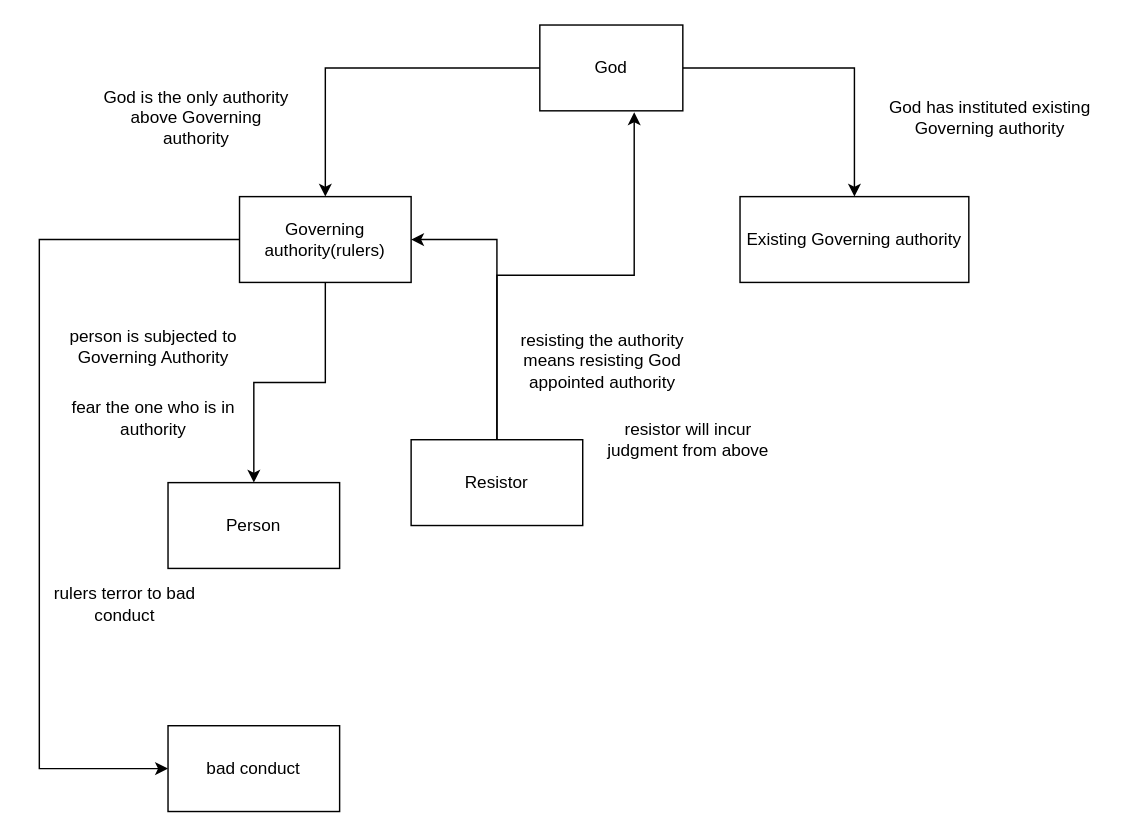
This is romans13.drawio from KaidenCoder/Bible, a draw.io file, before an edit. Source tidied: cells renumbered, new cells numbered last; positions are measured from the earlier drawing's top-left corner, leaving out a move shared by most shapes. Both pictures are drawn from the tidied source at 143%, with x=0, y=0 at pixel (24, 24).
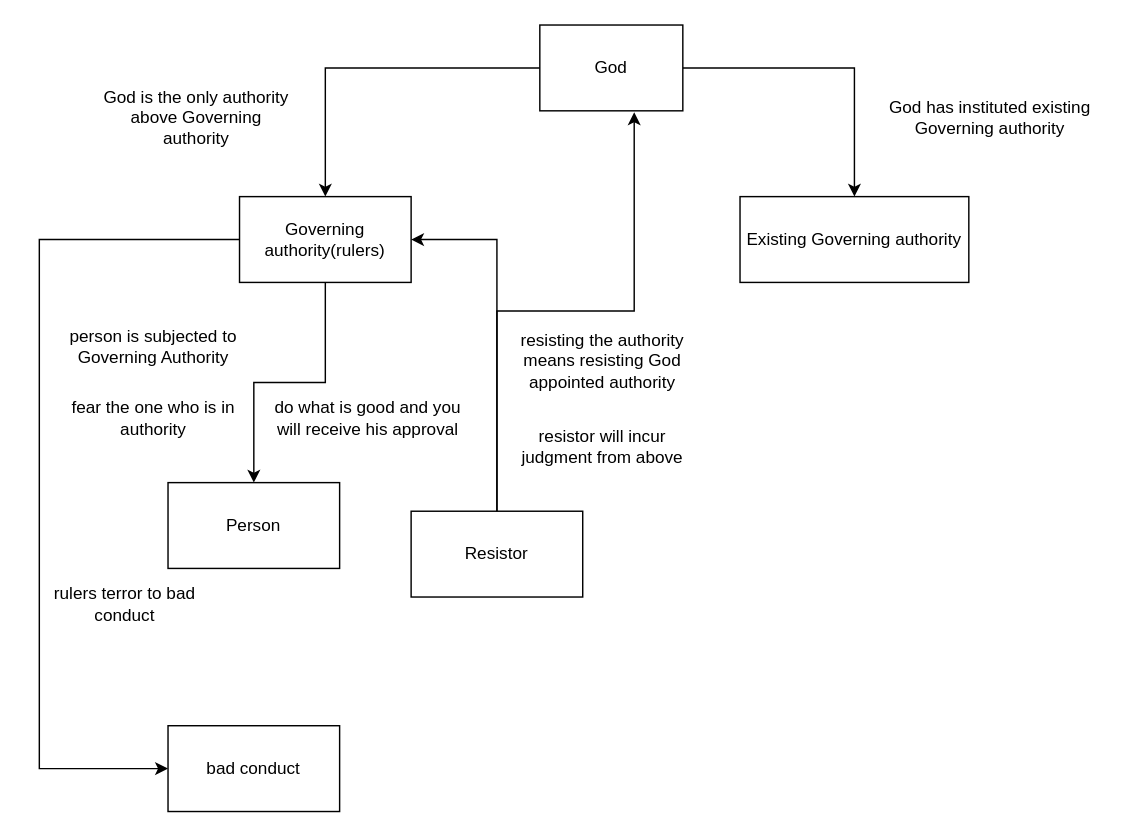
The same diagram, later.

Change to the diagram source:
```diff
@@
     <mxCell id="14" value="Resistor" style="rounded=0;whiteSpace=wrap;html=1;" parent="1" vertex="1">
-      <mxGeometry x="270" y="290" width="120" height="60" as="geometry" />
+      <mxGeometry x="270" y="340" width="120" height="60" as="geometry" />
     </mxCell>
@@
     <mxCell id="17" value="resistor will incur judgment from above" style="text;html=1;align=center;verticalAlign=middle;whiteSpace=wrap;rounded=0;" parent="1" vertex="1">
-      <mxGeometry x="404" y="275" width="120" height="30" as="geometry" />
+      <mxGeometry x="344" y="280" width="120" height="30" as="geometry" />
     </mxCell>
@@
+    <mxCell id="21" value="do what is good and you will receive his approval" style="text;html=1;align=center;verticalAlign=middle;whiteSpace=wrap;rounded=0;" parent="1" vertex="1">
+      <mxGeometry x="170" y="260" width="140" height="30" as="geometry" />
+    </mxCell>
```
